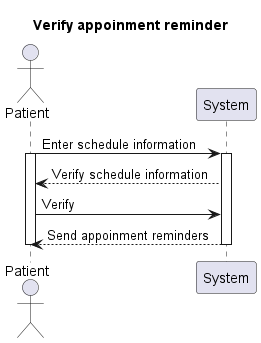
Before: Lab1.2/Sequence diagram/Verify appoinment reminder_seq.png, a diagram exported from PlantUML (baonehe/SE357-Pratice-class).
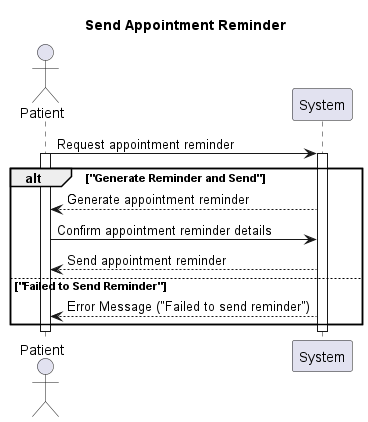
After the commit.

Diff of the diagram source:
```diff
@@ -1,14 +1,23 @@
 @startuml
-Title Verify appoinment reminder
+title Send Appointment Reminder
+
 actor Patient
 participant System
 
-Patient-> System: Enter schedule information
-activate Patient
-activate System
-System --> Patient: Verify schedule information
-Patient -> System: Verify
-System --> Patient: Send appoinment reminders
-deactivate System
-deactivate Patient
+  Patient -> System: Request appointment reminder
+  activate Patient
+  activate System
+
+  alt "Generate Reminder and Send"
+    System --> Patient: Generate appointment reminder
+    Patient -> System: Confirm appointment reminder details
+    System --> Patient: Send appointment reminder
+  else "Failed to Send Reminder"
+    System --> Patient: Error Message ("Failed to send reminder")
+  end
+
+  deactivate System
+  deactivate Patient
+
+
 @enduml
```
